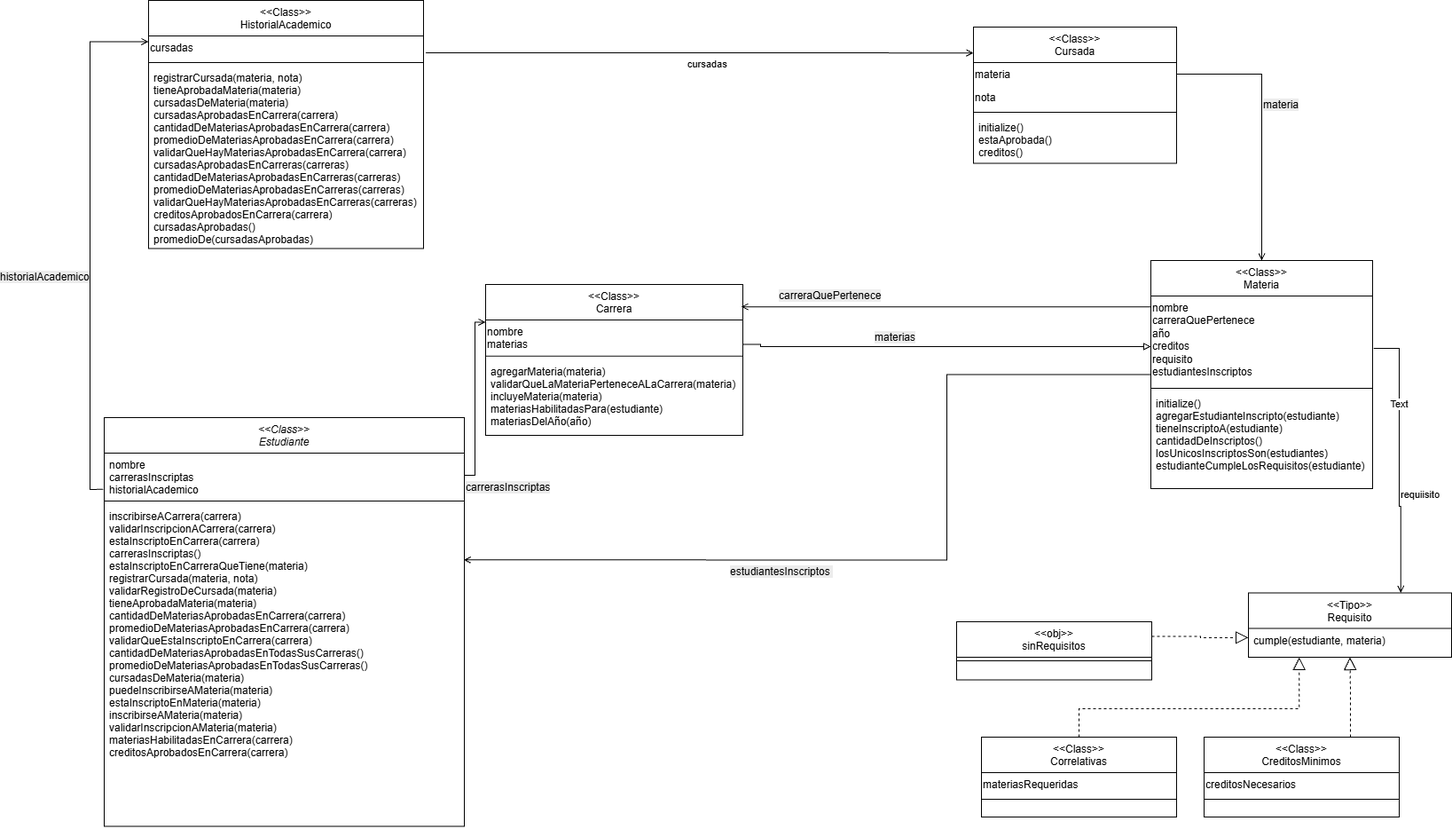
This is DiagramaDeMateriaTp3 - estatico.png from obj1unq/obj1unq-2026s2c2_tp3Materias_daniel-rubio-unq, a draw.io export, as it was before one commit. Source tidied: cells renumbered, new cells last; positions are measured from the earlier drawing's top-left corner, leaving out a move shared by most shapes.
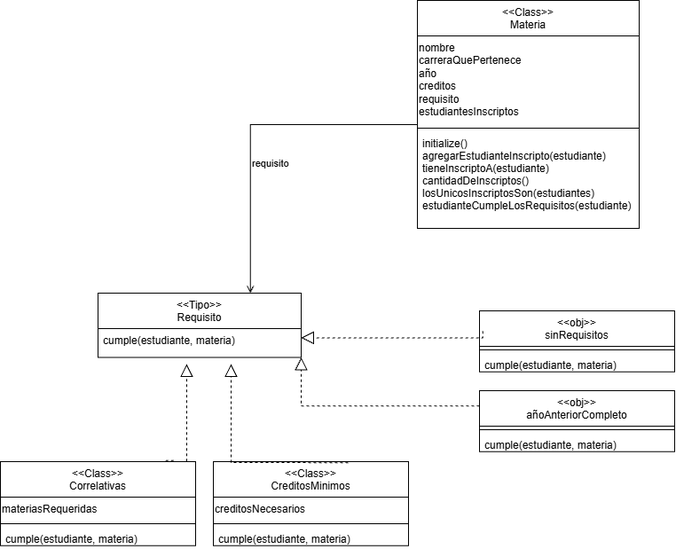
After the commit.

Commit message:
correcciones de diagrama

What changed in the source:
```diff
@@ -3,58 +3,22 @@
     <mxCell id="0" />
     <mxCell id="1" parent="0" />
     <mxCell id="2" value="&lt;&lt;Tipo&gt;&gt;&#10;Requisito" style="swimlane;fontStyle=0;align=center;verticalAlign=top;horizontal=1;startSize=40;rounded=0;shadow=0;strokeWidth=1;" parent="1" vertex="1">
-      <mxGeometry x="1306" y="667.5" width="229" height="72.5" as="geometry" />
+      <mxGeometry x="826" y="610" width="229" height="72.5" as="geometry" />
     </mxCell>
     <mxCell id="3" value="cumple(estudiante, materia)" style="text;align=left;verticalAlign=top;spacingLeft=4;spacingRight=4;overflow=hidden;points=[[0,0.5],[1,0.5]];portConstraint=eastwest;" parent="2" vertex="1">
       <mxGeometry y="40" width="229" height="20.8" as="geometry" />
     </mxCell>
-    <mxCell id="4" value="&lt;&lt;Class&gt;&gt;&#10;Estudiante" style="swimlane;fontStyle=2;align=center;verticalAlign=top;horizontal=1;startSize=40;rounded=0;shadow=0;strokeWidth=1;" parent="1" vertex="1">
-      <mxGeometry x="16" y="470" width="406" height="460.5" as="geometry" />
-    </mxCell>
-    <mxCell id="5" value="nombre&#10;carrerasInscriptas&#10;historialAcademico&#10;" style="text;align=left;verticalAlign=top;spacingLeft=4;spacingRight=4;overflow=hidden;points=[[0,0.5],[1,0.5]];portConstraint=eastwest;" parent="4" vertex="1">
-      <mxGeometry y="40" width="406" height="50" as="geometry" />
-    </mxCell>
-    <mxCell id="6" style="line;html=1;strokeWidth=1;align=left;verticalAlign=middle;spacingTop=-1;spacingLeft=3;spacingRight=3;labelPosition=right;" parent="4" vertex="1">
-      <mxGeometry y="90" width="406" height="8" as="geometry" />
-    </mxCell>
-    <mxCell id="7" value="inscribirseACarrera(carrera)&#10;validarInscripcionACarrera(carrera) &#10;estaInscriptoEnCarrera(carrera)&#10;carrerasInscriptas() &#10;estaInscriptoEnCarreraQueTiene(materia) &#10;registrarCursada(materia, nota) &#10;validarRegistroDeCursada(materia) &#10;tieneAprobadaMateria(materia) &#10;cantidadDeMateriasAprobadasEnCarrera(carrera) &#10;promedioDeMateriasAprobadasEnCarrera(carrera) &#10;validarQueEstaInscriptoEnCarrera(carrera) &#10;cantidadDeMateriasAprobadasEnTodasSusCarreras() &#10;promedioDeMateriasAprobadasEnTodasSusCarreras() &#10;cursadasDeMateria(materia) &#10;puedeInscribirseAMateria(materia) &#10;estaInscriptoEnMateria(materia)&#10;inscribirseAMateria(materia) &#10;validarInscripcionAMateria(materia) &#10;materiasHabilitadasEnCarrera(carrera) &#10;creditosAprobadosEnCarrera(carrera)" style="text;align=left;verticalAlign=top;spacingLeft=4;spacingRight=4;overflow=hidden;points=[[0,0.5],[1,0.5]];portConstraint=eastwest;" parent="4" vertex="1">
-      <mxGeometry y="98" width="406" height="362.5" as="geometry" />
-    </mxCell>
-    <mxCell id="8" value="&lt;&lt;Class&gt;&gt;&#10;Cursada" style="swimlane;fontStyle=0;align=center;verticalAlign=top;horizontal=1;startSize=40;rounded=0;shadow=0;strokeWidth=1;" parent="1" vertex="1">
-      <mxGeometry x="996" y="30" width="229" height="153.5" as="geometry" />
-    </mxCell>
-    <mxCell id="9" value="materia" style="text;whiteSpace=wrap;" parent="8" vertex="1">
-      <mxGeometry y="40" width="229" height="26" as="geometry" />
-    </mxCell>
-    <mxCell id="10" value="nota" style="text;whiteSpace=wrap;" parent="8" vertex="1">
-      <mxGeometry y="66" width="229" height="26" as="geometry" />
-    </mxCell>
-    <mxCell id="11" style="line;html=1;strokeWidth=1;align=left;verticalAlign=middle;spacingTop=-1;spacingLeft=3;spacingRight=3;labelPosition=right;" parent="8" vertex="1">
-      <mxGeometry y="92" width="229" height="8" as="geometry" />
-    </mxCell>
-    <mxCell id="12" value="initialize() &#10;estaAprobada() &#10;creditos()" style="text;align=left;verticalAlign=top;spacingLeft=4;spacingRight=4;overflow=hidden;" parent="8" vertex="1">
-      <mxGeometry y="100" width="229" height="53.5" as="geometry" />
-    </mxCell>
-    <mxCell id="13" value="&lt;&lt;Class&gt;&gt;&#10;HistorialAcademico" style="swimlane;fontStyle=0;align=center;verticalAlign=top;horizontal=1;startSize=40;rounded=0;shadow=0;strokeWidth=1;" parent="1" vertex="1">
-      <mxGeometry x="66" width="310" height="279.5" as="geometry" />
-    </mxCell>
-    <mxCell id="14" value="cursadas" style="text;whiteSpace=wrap;" parent="13" vertex="1">
-      <mxGeometry y="40" width="310" height="26" as="geometry" />
-    </mxCell>
-    <mxCell id="15" style="line;html=1;strokeWidth=1;align=left;verticalAlign=middle;spacingTop=-1;spacingLeft=3;spacingRight=3;labelPosition=right;" parent="13" vertex="1">
-      <mxGeometry y="66" width="310" height="8" as="geometry" />
-    </mxCell>
-    <mxCell id="16" value="registrarCursada(materia, nota) &#10;tieneAprobadaMateria(materia) &#10;cursadasDeMateria(materia) &#10;cursadasAprobadasEnCarrera(carrera) &#10;cantidadDeMateriasAprobadasEnCarrera(carrera) &#10;promedioDeMateriasAprobadasEnCarrera(carrera) &#10;validarQueHayMateriasAprobadasEnCarrera(carrera) &#10;cursadasAprobadasEnCarreras(carreras) &#10;cantidadDeMateriasAprobadasEnCarreras(carreras) &#10;promedioDeMateriasAprobadasEnCarreras(carreras) &#10;validarQueHayMateriasAprobadasEnCarreras(carreras) &#10;creditosAprobadosEnCarrera(carrera) &#10;cursadasAprobadas() &#10;promedioDe(cursadasAprobadas)" style="text;align=left;verticalAlign=top;spacingLeft=4;spacingRight=4;overflow=hidden;" parent="13" vertex="1">
-      <mxGeometry y="74" width="310" height="205.5" as="geometry" />
-    </mxCell>
     <mxCell id="17" value="&lt;&lt;obj&gt;&gt;&#10;sinRequisitos" style="swimlane;fontStyle=0;align=center;verticalAlign=top;horizontal=1;startSize=40;rounded=0;shadow=0;strokeWidth=1;" parent="1" vertex="1">
-      <mxGeometry x="977" y="700" width="220" height="65.5" as="geometry" />
+      <mxGeometry x="1256" y="630" width="220" height="68.8" as="geometry" />
     </mxCell>
     <mxCell id="18" style="line;html=1;strokeWidth=1;align=left;verticalAlign=middle;spacingTop=-1;spacingLeft=3;spacingRight=3;labelPosition=right;" parent="17" vertex="1">
       <mxGeometry y="40" width="220" height="8" as="geometry" />
     </mxCell>
+    <mxCell id="45" value="cumple(estudiante, materia)" style="text;align=left;verticalAlign=top;spacingLeft=4;spacingRight=4;overflow=hidden;" parent="17" vertex="1">
+      <mxGeometry y="48" width="220" height="20.8" as="geometry" />
+    </mxCell>
     <mxCell id="19" value="&lt;&lt;Class&gt;&gt;&#10;Materia" style="swimlane;fontStyle=0;align=center;verticalAlign=top;horizontal=1;startSize=40;rounded=0;shadow=0;strokeWidth=1;" parent="1" vertex="1">
-      <mxGeometry x="1196" y="293" width="250" height="257" as="geometry" />
+      <mxGeometry x="1186" y="280" width="250" height="257" as="geometry" />
     </mxCell>
     <mxCell id="20" value="nombre&#10;carreraQuePertenece&#10;año&#10;creditos&#10;requisito &#10;estudiantesInscriptos " style="text;whiteSpace=wrap;" parent="19" vertex="1">
       <mxGeometry y="40" width="250" height="100" as="geometry" />
@@ -62,11 +26,11 @@
     <mxCell id="21" style="line;html=1;strokeWidth=1;align=left;verticalAlign=middle;spacingTop=-1;spacingLeft=3;spacingRight=3;labelPosition=right;" parent="19" vertex="1">
       <mxGeometry y="140" width="250" height="8" as="geometry" />
     </mxCell>
-    <mxCell id="22" value="initialize()&#10;agregarEstudianteInscripto(estudiante)&#10;tieneInscriptoA(estudiante)&#10;cantidadDeInscriptos()&#10;losUnicosInscriptosSon(estudiantes)&#10;estudianteCumpleLosRequisitos(estudiante)" style="text;align=left;verticalAlign=top;spacingLeft=4;spacingRight=4;overflow=hidden;" parent="19" vertex="1">
+    <mxCell id="22" value="initialize()&#10;agregarEstudianteInscripto(estudiante)&#10;tieneInscriptoA(estudiante)&#10;cantidadDeInscriptos()&#10;losUnicosInscriptosSon(estudiantes)&#10;estudianteCumpleLosRequisitos(estudiante)" style="text;align=left;verticalAlign=top;spacingLeft=4;spacingRight=4;overflow=hidden;fontFamily=Helvetica;" parent="19" vertex="1">
       <mxGeometry y="148" width="250" height="100" as="geometry" />
     </mxCell>
     <mxCell id="23" value="&lt;&lt;Class&gt;&gt;&#10;Correlativas" style="swimlane;fontStyle=0;align=center;verticalAlign=top;horizontal=1;startSize=40;rounded=0;shadow=0;strokeWidth=1;" parent="1" vertex="1">
-      <mxGeometry x="1005" y="830" width="220" height="90" as="geometry" />
+      <mxGeometry x="716" y="800" width="220" height="94.8" as="geometry" />
     </mxCell>
     <mxCell id="24" value="materiasRequeridas" style="text;whiteSpace=wrap;" parent="23" vertex="1">
       <mxGeometry y="40" width="220" height="26" as="geometry" />
@@ -74,8 +38,11 @@
     <mxCell id="25" style="line;html=1;strokeWidth=1;align=left;verticalAlign=middle;spacingTop=-1;spacingLeft=3;spacingRight=3;labelPosition=right;" parent="23" vertex="1">
       <mxGeometry y="66" width="220" height="8" as="geometry" />
     </mxCell>
+    <mxCell id="46" value="cumple(estudiante, materia)" style="text;align=left;verticalAlign=top;spacingLeft=4;spacingRight=4;overflow=hidden;" parent="23" vertex="1">
+      <mxGeometry y="74" width="220" height="20.8" as="geometry" />
+    </mxCell>
     <mxCell id="26" value="&lt;&lt;Class&gt;&gt;&#10;CreditosMinimos" style="swimlane;fontStyle=0;align=center;verticalAlign=top;horizontal=1;startSize=40;rounded=0;shadow=0;strokeWidth=1;" parent="1" vertex="1">
-      <mxGeometry x="1256" y="830" width="220" height="90" as="geometry" />
+      <mxGeometry x="956" y="800" width="220" height="94.8" as="geometry" />
     </mxCell>
     <mxCell id="27" value="creditosNecesarios" style="text;whiteSpace=wrap;" parent="26" vertex="1">
       <mxGeometry y="40" width="220" height="26" as="geometry" />
@@ -83,107 +50,52 @@
     <mxCell id="28" style="line;html=1;strokeWidth=1;align=left;verticalAlign=middle;spacingTop=-1;spacingLeft=3;spacingRight=3;labelPosition=right;" parent="26" vertex="1">
       <mxGeometry y="66" width="220" height="8" as="geometry" />
     </mxCell>
+    <mxCell id="47" value="cumple(estudiante, materia)" style="text;align=left;verticalAlign=top;spacingLeft=4;spacingRight=4;overflow=hidden;" parent="26" vertex="1">
+      <mxGeometry y="74" width="220" height="20.8" as="geometry" />
+    </mxCell>
+    <mxCell id="48" value="&lt;&lt;obj&gt;&gt;&#10;añoAnteriorCompleto" style="swimlane;fontStyle=0;align=center;verticalAlign=top;horizontal=1;startSize=40;rounded=0;shadow=0;strokeWidth=1;" parent="1" vertex="1">
+      <mxGeometry x="1256" y="720" width="220" height="68.8" as="geometry" />
+    </mxCell>
+    <mxCell id="49" style="line;html=1;strokeWidth=1;align=left;verticalAlign=middle;spacingTop=-1;spacingLeft=3;spacingRight=3;labelPosition=right;" parent="48" vertex="1">
+      <mxGeometry y="40" width="220" height="8" as="geometry" />
+    </mxCell>
+    <mxCell id="50" value="cumple(estudiante, materia)" style="text;align=left;verticalAlign=top;spacingLeft=4;spacingRight=4;overflow=hidden;" parent="48" vertex="1">
+      <mxGeometry y="48" width="220" height="20.8" as="geometry" />
+    </mxCell>
-    <mxCell id="29" style="endArrow=block;dashed=1;endFill=0;endSize=12;html=1;rounded=0;exitX=1;exitY=0.25;exitDx=0;exitDy=0;entryX=0;entryY=0.5;entryDx=0;entryDy=0;edgeStyle=orthogonalEdgeStyle;libavoidRouting=1;" parent="1" edge="1" source="17" target="3">
+    <mxCell id="29" style="endArrow=block;dashed=1;endFill=0;endSize=12;html=1;rounded=0;exitX=0.017;exitY=0.332;exitDx=0;exitDy=0;entryX=1;entryY=0.5;entryDx=0;entryDy=0;edgeStyle=orthogonalEdgeStyle;exitPerimeter=0;" parent="1" edge="1" source="17" target="3">
       <mxGeometry x="-0.81" relative="1" as="geometry">
         <Array as="points">
-          <mxPoint x="1252" y="716" />
-          <mxPoint x="1252" y="718" />
+          <mxPoint x="1259.7" y="660" />
         </Array>
       </mxGeometry>
     </mxCell>
-    <mxCell id="30" value="cursadas" style="endArrow=open;endFill=0;html=1;align=left;verticalAlign=top;rounded=0;entryX=-0.011;entryY=0.151;entryDx=0;entryDy=0;edgeStyle=orthogonalEdgeStyle;exitX=1;exitY=0.5;exitDx=0;exitDy=0;entryPerimeter=0;" parent="1" edge="1">
-      <mxGeometry x="-0.05" relative="1" as="geometry">
-        <mxPoint x="378.5" y="59" as="sourcePoint" />
-        <mxPoint x="996" y="59.2" as="targetPoint" />
-      </mxGeometry>
-    </mxCell>
-    <mxCell id="31" value="&lt;span style=&quot;font-size: 12px; background-color: rgb(236, 236, 236);&quot;&gt;historialAcademico&lt;/span&gt;" style="endArrow=open;endFill=0;html=1;align=left;verticalAlign=top;rounded=0;entryX=0;entryY=0.25;entryDx=0;entryDy=0;edgeStyle=orthogonalEdgeStyle;exitX=-0.003;exitY=0.817;exitDx=0;exitDy=0;libavoidRouting=1;exitPerimeter=0;" parent="1" edge="1" source="5" target="14">
-      <mxGeometry x="-0.08" y="103" relative="1" as="geometry">
-        <Array as="points">
-          <mxPoint y="551" />
-          <mxPoint y="47" />
-        </Array>
-      </mxGeometry>
-    </mxCell>
-    <mxCell id="32" value="&lt;&lt;Class&gt;&gt;&#10;Carrera" style="swimlane;fontStyle=0;align=center;verticalAlign=top;horizontal=1;startSize=40;rounded=0;shadow=0;strokeWidth=1;" parent="1" vertex="1">
-      <mxGeometry x="446" y="320" width="290" height="170" as="geometry" />
-    </mxCell>
-    <mxCell id="33" value="nombre&#10;materias" style="text;whiteSpace=wrap;" parent="32" vertex="1">
-      <mxGeometry y="40" width="290" height="36.8" as="geometry" />
-    </mxCell>
-    <mxCell id="34" style="line;html=1;strokeWidth=1;align=left;verticalAlign=middle;spacingTop=-1;spacingLeft=3;spacingRight=3;labelPosition=right;" parent="32" vertex="1">
-      <mxGeometry y="76.8" width="290" height="8" as="geometry" />
-    </mxCell>
-    <mxCell id="35" value="agregarMateria(materia) &#10;validarQueLaMateriaPerteneceALaCarrera(materia) &#10;incluyeMateria(materia) &#10;materiasHabilitadasPara(estudiante) &#10;materiasDelAño(año)" style="text;align=left;verticalAlign=top;spacingLeft=4;spacingRight=4;overflow=hidden;" parent="32" vertex="1">
-      <mxGeometry y="84.8" width="290" height="85.2" as="geometry" />
-    </mxCell>
+    <mxCell id="51" style="endArrow=block;dashed=1;endFill=0;endSize=12;html=1;rounded=0;exitX=0;exitY=0.25;exitDx=0;exitDy=0;entryX=1;entryY=1;entryDx=0;entryDy=0;edgeStyle=orthogonalEdgeStyle;" parent="1" edge="1" source="48" target="2">
+      <mxGeometry x="-0.89" relative="1" as="geometry" />
+    </mxCell>
-    <mxCell id="36" style="endArrow=block;dashed=1;endFill=0;endSize=12;html=1;rounded=0;exitX=0.5;exitY=0;exitDx=0;exitDy=0;entryX=0.25;entryY=1;entryDx=0;entryDy=0;edgeStyle=orthogonalEdgeStyle;libavoidRouting=1;" parent="1" edge="1" source="23" target="2">
-      <mxGeometry x="-0.58" relative="1" as="geometry">
+    <mxCell id="36" style="endArrow=block;dashed=1;endFill=0;endSize=12;html=1;rounded=0;exitX=0.888;exitY=-0.014;exitDx=0;exitDy=0;edgeStyle=orthogonalEdgeStyle;exitPerimeter=0;" parent="1" edge="1" source="23">
+      <mxGeometry x="-0.69" relative="1" as="geometry">
+        <mxPoint x="926" y="690" as="targetPoint" />
         <Array as="points">
-          <mxPoint x="1115" y="798" />
-          <mxPoint x="1363" y="798" />
+          <mxPoint x="901.4" y="800" />
+          <mxPoint x="926" y="800" />
         </Array>
       </mxGeometry>
     </mxCell>
-    <mxCell id="37" style="endArrow=block;dashed=1;endFill=0;endSize=12;html=1;rounded=0;exitX=0.75;exitY=0;exitDx=0;exitDy=0;entryX=0.5;entryY=1;entryDx=0;entryDy=0;edgeStyle=orthogonalEdgeStyle;libavoidRouting=1;" parent="1" edge="1" source="26" target="2">
-      <mxGeometry x="-0.71" relative="1" as="geometry">
+    <mxCell id="37" style="endArrow=block;dashed=1;endFill=0;endSize=12;html=1;rounded=0;edgeStyle=orthogonalEdgeStyle;exitX=0.691;exitY=0.012;exitDx=0;exitDy=0;exitPerimeter=0;" parent="1" edge="1" source="26">
+      <mxGeometry x="0.48" relative="1" as="geometry">
+        <mxPoint x="976" y="690" as="targetPoint" />
         <Array as="points">
-          <mxPoint x="1421" y="779" />
-          <mxPoint x="1421" y="779" />
+          <mxPoint x="976" y="801.1" />
+          <mxPoint x="976" y="710" />
         </Array>
       </mxGeometry>
     </mxCell>
-    <mxCell id="38" value="requiisito" style="endArrow=open;endFill=0;html=1;align=left;verticalAlign=top;rounded=0;edgeStyle=orthogonalEdgeStyle;exitX=1.005;exitY=0.591;exitDx=0;exitDy=0;exitPerimeter=0;entryX=0.75;entryY=0;entryDx=0;entryDy=0;" parent="1" edge="1" source="20" target="2">
-      <mxGeometry x="0.18" relative="1" as="geometry">
+    <mxCell id="38" value="requisito" style="endArrow=open;endFill=0;html=1;align=left;verticalAlign=top;rounded=0;entryX=0.75;entryY=0;entryDx=0;entryDy=0;edgeStyle=orthogonalEdgeStyle;libavoidRouting=1;exitX=0;exitY=1;exitDx=0;exitDy=0;" parent="1" edge="1" source="20" target="2">
+      <mxGeometry x="0.16" relative="1" as="geometry">
         <Array as="points">
-          <mxPoint x="1476" y="392.1" />
-          <mxPoint x="1476" y="570" />
-          <mxPoint x="1477.8" y="570" />
+          <mxPoint x="997.8" y="420" />
         </Array>
       </mxGeometry>
     </mxCell>
-    <mxCell id="39" value="Text" style="edgeLabel;html=1;align=center;verticalAlign=middle;" parent="38" vertex="1">
-      <mxGeometry x="-0.41" y="-1" relative="1" as="geometry" />
-    </mxCell>
-    <mxCell id="40" value="&lt;span style=&quot;font-size: 12px; background-color: rgb(236, 236, 236);&quot;&gt;carrerasInscriptas&lt;/span&gt;" style="endArrow=open;endFill=0;html=1;align=left;verticalAlign=top;rounded=0;entryX=0;entryY=0.25;entryDx=0;entryDy=0;edgeStyle=orthogonalEdgeStyle;exitX=1;exitY=0.5;exitDx=0;exitDy=0;libavoidRouting=1;" parent="1" edge="1" source="5" target="32">
-      <mxGeometry x="-1" relative="1" as="geometry">
-        <Array as="points">
-          <mxPoint x="434" y="535" />
-          <mxPoint x="434" y="363" />
-        </Array>
-      </mxGeometry>
-    </mxCell>
-    <mxCell id="41" value="&lt;span style=&quot;font-size: 12px; background-color: rgb(236, 236, 236);&quot;&gt;materia&lt;/span&gt;" style="endArrow=open;endFill=0;html=1;align=left;verticalAlign=top;rounded=0;entryX=0.5;entryY=0;entryDx=0;entryDy=0;edgeStyle=orthogonalEdgeStyle;exitX=1;exitY=0.5;exitDx=0;exitDy=0;libavoidRouting=1;" parent="1" edge="1" source="9" target="19">
-      <mxGeometry x="-0.23" relative="1" as="geometry">
-        <Array as="points">
-          <mxPoint x="1321" y="83" />
-        </Array>
-      </mxGeometry>
-    </mxCell>
-    <mxCell id="42" value="&lt;span style=&quot;font-size: 12px; background-color: rgb(236, 236, 236);&quot;&gt;materias&lt;/span&gt;" style="endArrow=block;endFill=0;html=1;align=left;verticalAlign=top;rounded=0;edgeStyle=orthogonalEdgeStyle;exitX=1;exitY=0.75;exitDx=0;exitDy=0;" parent="1" edge="1" source="33">
-      <mxGeometry x="-0.31" y="26" relative="1" as="geometry">
-        <mxPoint x="1196" y="390" as="targetPoint" />
-        <Array as="points">
-          <mxPoint x="756" y="387.6" />
-          <mxPoint x="756" y="390" />
-        </Array>
-        <mxPoint x="-10" y="2" as="offset" />
-      </mxGeometry>
-    </mxCell>
-    <mxCell id="43" value="&lt;span style=&quot;font-size: 12px; white-space: normal; background-color: rgb(236, 236, 236);&quot;&gt;carreraQuePertenece&lt;/span&gt;" style="endArrow=open;endFill=0;html=1;align=left;verticalAlign=top;rounded=0;entryX=0.993;entryY=0.148;entryDx=0;entryDy=0;edgeStyle=orthogonalEdgeStyle;exitX=0;exitY=0.25;exitDx=0;exitDy=0;entryPerimeter=0;" parent="1" edge="1" source="19" target="32">
-      <mxGeometry x="0.83" y="-26" relative="1" as="geometry">
-        <Array as="points">
-          <mxPoint x="1196" y="345.2" />
-        </Array>
-      </mxGeometry>
-    </mxCell>
-    <mxCell id="44" value="&lt;span style=&quot;font-size: 12px; white-space: normal; background-color: rgb(236, 236, 236);&quot;&gt;estudiantesInscriptos&amp;nbsp;&lt;/span&gt;" style="endArrow=open;endFill=0;html=1;align=left;verticalAlign=top;rounded=0;entryX=0.998;entryY=0.172;entryDx=0;entryDy=0;edgeStyle=orthogonalEdgeStyle;exitX=0;exitY=0.5;exitDx=0;exitDy=0;libavoidRouting=1;entryPerimeter=0;" parent="1" edge="1" source="19" target="7">
-      <mxGeometry x="0.39" relative="1" as="geometry">
-        <Array as="points">
-          <mxPoint x="966" y="422" />
-          <mxPoint x="966" y="630" />
-        </Array>
-      </mxGeometry>
-    </mxCell>
   </root>
 </mxGraphModel>
```
